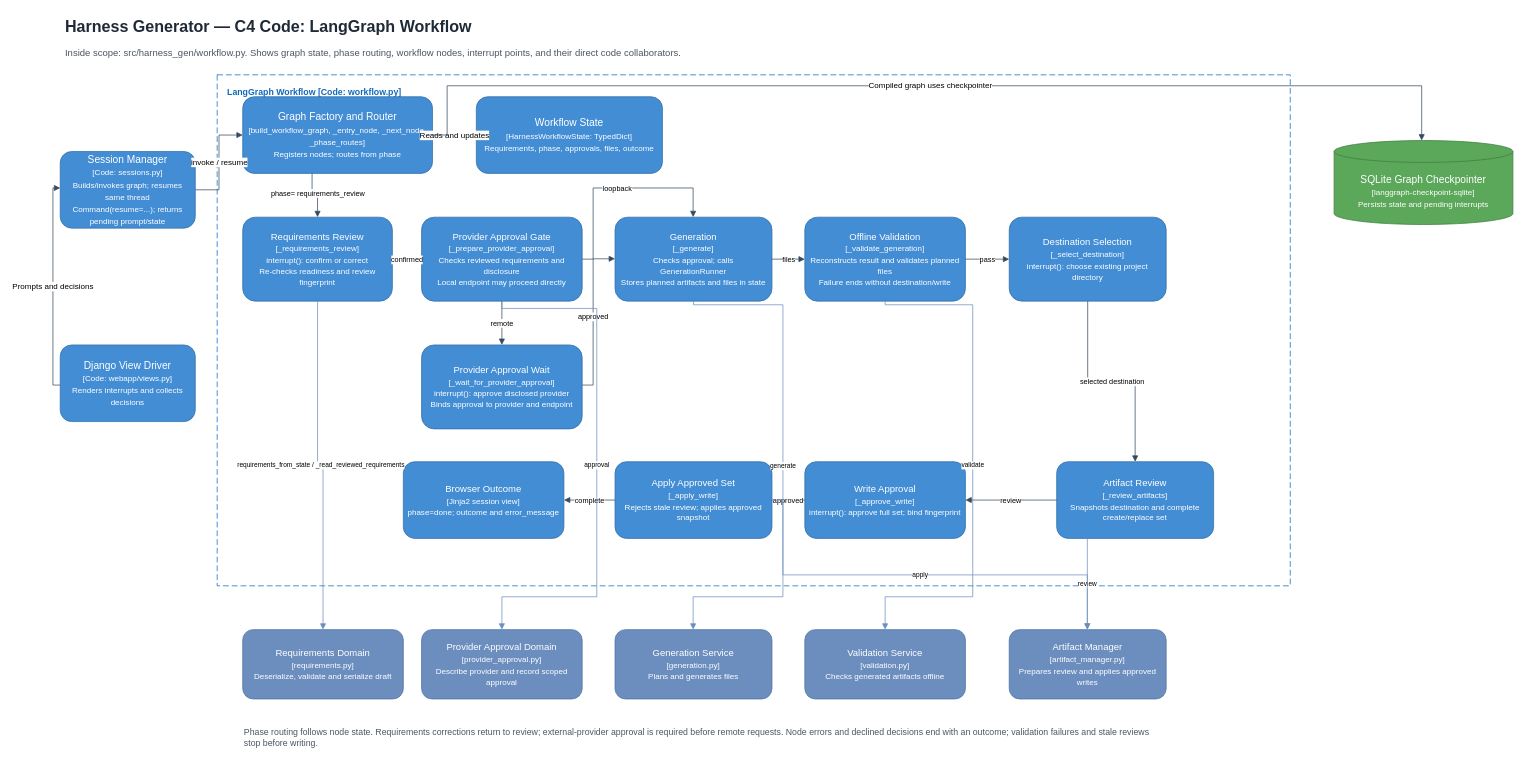
eduardmelnychenko/harness-gen keeps this draw.io diagram as docs/diagrams/c4-workflow-code.drawio. Above is the earlier version. Source tidied: cells renumbered, new cells numbered last; positions are measured from the earlier drawing's top-left corner, leaving out a move shared by most shapes. Both pictures are drawn from the tidied source at 73%, with x=0, y=0 at pixel (53, 12).
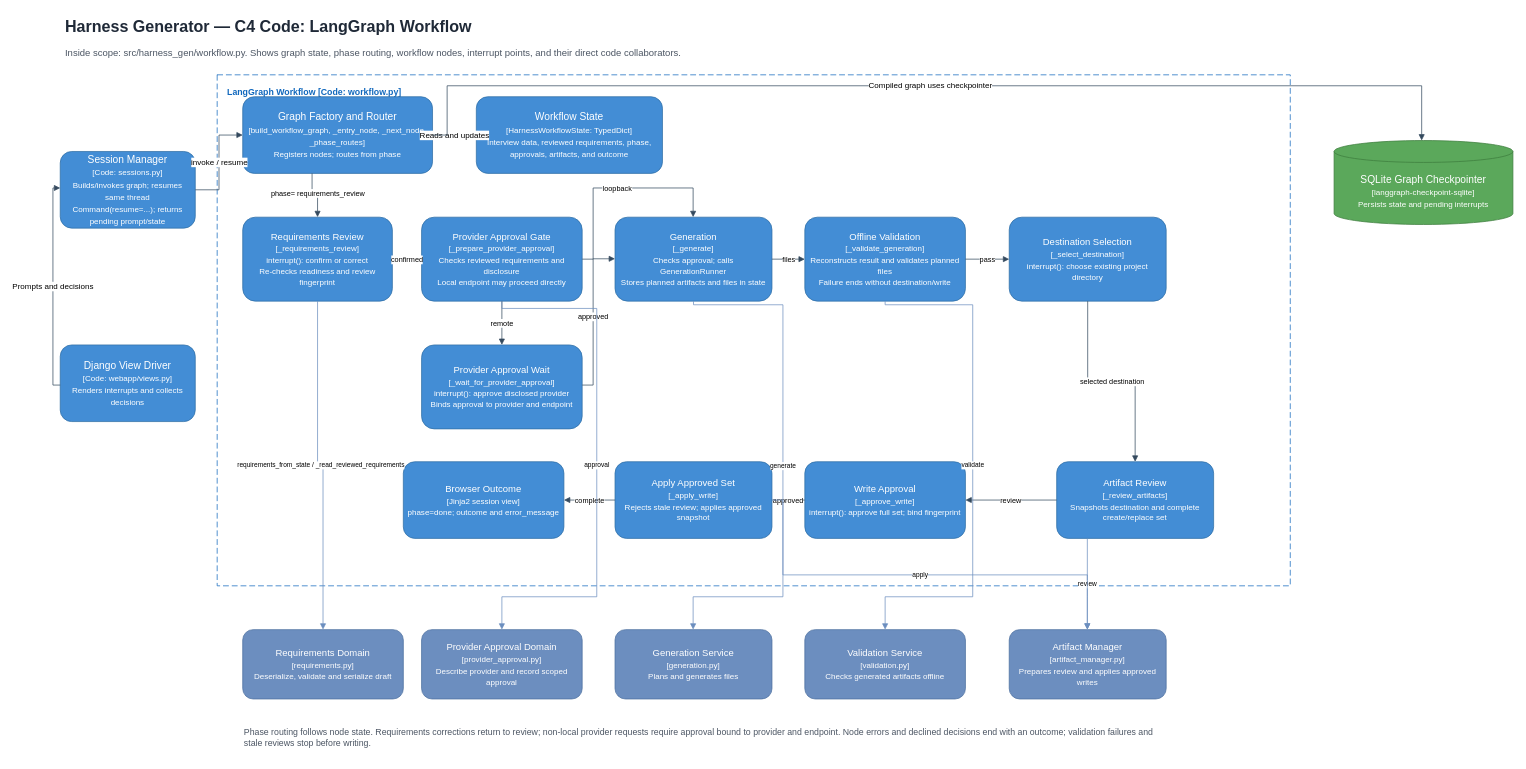
The same diagram, later.

What changed in the source:
```diff
@@
-    <mxCell id="8" value="Workflow State&lt;br&gt;&lt;font style=&quot;font-size:11px&quot;&gt;[HarnessWorkflowState: TypedDict]&lt;br&gt;Requirements, phase, approvals, files, outcome&lt;/font&gt;" style="rounded=1;whiteSpace=wrap;html=1;fillColor=#438dd5;fontColor=#ffffff;strokeColor=#2e6da4;fontSize=14;align=center;verticalAlign=middle;spacing=7;" parent="1" vertex="1">
+    <mxCell id="8" value="Workflow State&lt;br&gt;&lt;font style=&quot;font-size:11px&quot;&gt;[HarnessWorkflowState: TypedDict]&lt;br&gt;Interview data, reviewed requirements, phase, approvals, artifacts, and outcome&lt;/font&gt;" style="rounded=1;whiteSpace=wrap;html=1;fillColor=#438dd5;fontColor=#ffffff;strokeColor=#2e6da4;fontSize=14;align=center;verticalAlign=middle;spacing=7;" parent="1" vertex="1">
       <mxGeometry x="580" y="115" width="255" height="105" as="geometry" />
     </mxCell>
@@
-    <mxCell id="25" value="Phase routing follows node state. Requirements corrections return to review; external-provider approval is required before remote requests. Node errors and declined decisions end with an outcome; validation failures and stale reviews stop before writing." style="text;html=1;align=left;verticalAlign=middle;whiteSpace=wrap;rounded=0;fontSize=12;fontColor=#4b5563;" parent="1" vertex="1">
+    <mxCell id="25" value="Phase routing follows node state. Requirements corrections return to review; non-local provider requests require approval bound to provider and endpoint. Node errors and declined decisions end with an outcome; validation failures and stale reviews stop before writing." style="text;html=1;align=left;verticalAlign=middle;whiteSpace=wrap;rounded=0;fontSize=12;fontColor=#4b5563;" parent="1" vertex="1">
       <mxGeometry x="260" y="965" width="1265" height="55" as="geometry" />
     </mxCell>
```
